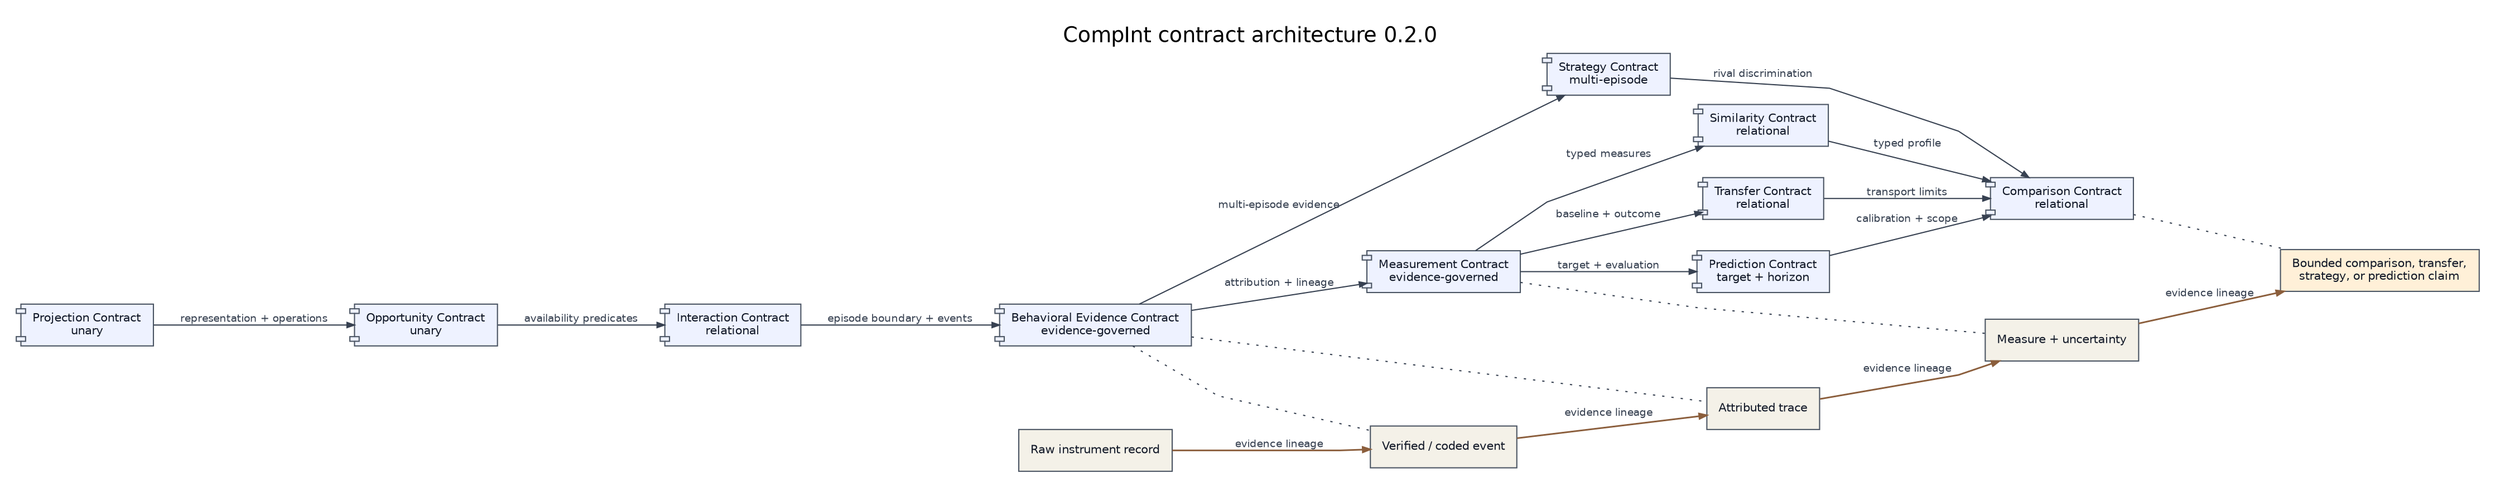
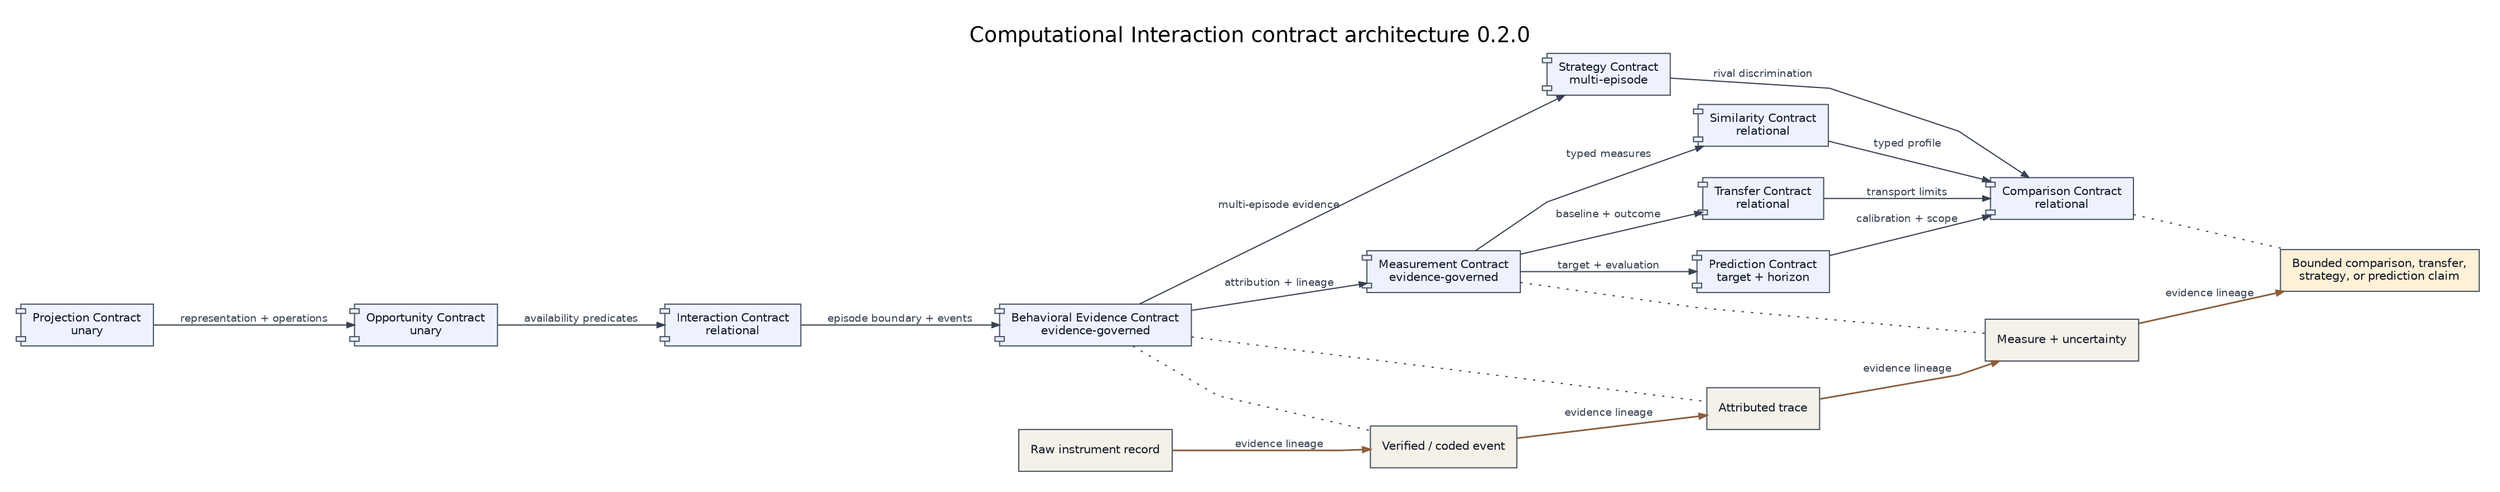
- digraph CompIntContracts {
-   graph [rankdir=LR, bgcolor="#ffffff", pad="0.25", nodesep="0.38", ranksep="0.62", splines=polyline, fontname="Helvetica", label="CompInt contract architecture 0.2.0", labelloc=t, fontsize=18];
+ digraph ComputationalInteractionContracts {
+   graph [rankdir=LR, bgcolor="#ffffff", pad="0.25", nodesep="0.38", ranksep="0.62", splines=polyline, fontname="Helvetica", label="Computational Interaction contract architecture 0.2.0", labelloc=t, fontsize=18];
  node [shape=component, style="filled", fillcolor="#eef2ff", color="#4b5563", fontcolor="#111827", fontname="Helvetica", fontsize=10, margin="0.14,0.09"];
  edge [color="#374151", fontcolor="#374151", fontname="Helvetica", fontsize=9, arrowsize=0.65];

  projection [label="Projection Contract\nunary"];
  opportunity [label="Opportunity Contract\nunary"];
  interaction [label="Interaction Contract\nrelational"];
  behavioral [label="Behavioral Evidence Contract\nevidence-governed"];
  measurement [label="Measurement Contract\nevidence-governed"];
  similarity [label="Similarity Contract\nrelational"];
  transfer [label="Transfer Contract\nrelational"];
  strategy [label="Strategy Contract\nmulti-episode"];
  prediction [label="Prediction Contract\ntarget + horizon"];
  comparison [label="Comparison Contract\nrelational"];

  raw [label="Raw instrument record", shape=box, fillcolor="#f4f1e8"];
  coded [label="Verified / coded event", shape=box, fillcolor="#f4f1e8"];
  trace [label="Attributed trace", shape=box, fillcolor="#f4f1e8"];
  measure [label="Measure + uncertainty", shape=box, fillcolor="#f4f1e8"];
  claim [label="Bounded comparison, transfer,\nstrategy, or prediction claim", shape=box, fillcolor="#fff0d8"];

  projection -> opportunity [label="representation + operations"];
  opportunity -> interaction [label="availability predicates"];
  interaction -> behavioral [label="episode boundary + events"];
  behavioral -> measurement [label="attribution + lineage"];
  measurement -> similarity [label="typed measures"];
  measurement -> transfer [label="baseline + outcome"];
  behavioral -> strategy [label="multi-episode evidence"];
  measurement -> prediction [label="target + evaluation"];
  similarity -> comparison [label="typed profile"];
  transfer -> comparison [label="transport limits"];
  strategy -> comparison [label="rival discrimination"];
  prediction -> comparison [label="calibration + scope"];

  raw -> coded -> trace -> measure -> claim [color="#8b5e3c", penwidth=1.4, label="evidence lineage"];
  behavioral -> coded [style=dotted, arrowhead=none];
  behavioral -> trace [style=dotted, arrowhead=none];
  measurement -> measure [style=dotted, arrowhead=none];
  comparison -> claim [style=dotted, arrowhead=none];
}
